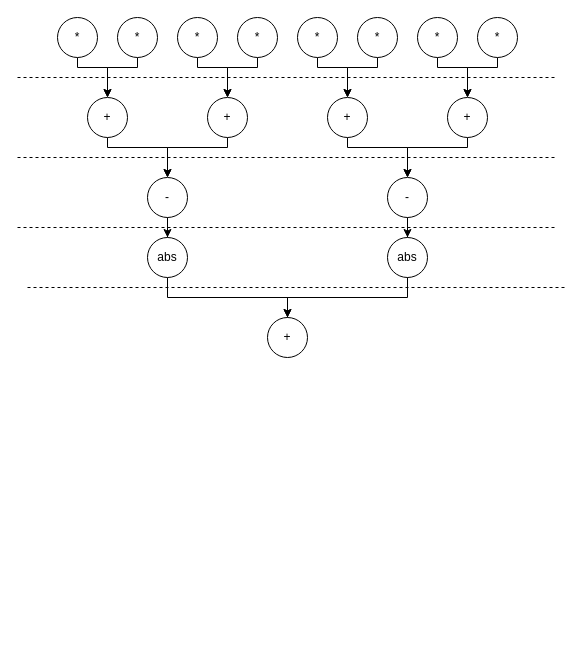
Before: operations.drawio in FranciscoPRosa/NEEC_test, a draw.io diagram. Source tidied: cells renumbered, new cells numbered last; positions are measured from the earlier drawing's top-left corner, leaving out a move shared by most shapes. Both pictures are drawn from the tidied source at 100%, with x=0, y=0 at pixel (17, 17).
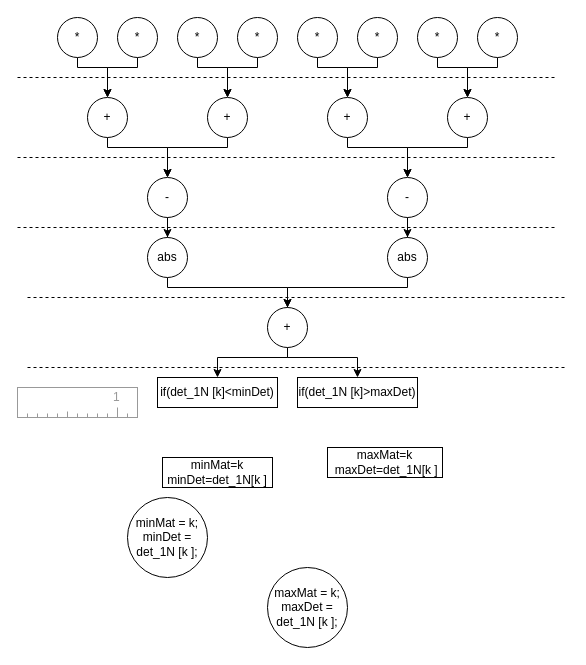
The same page after the edit.

Unchanged cells that the change refers to:
```xml
<mxCell id="34" value="abs" style="ellipse;whiteSpace=wrap;html=1;" parent="1" vertex="1">
  <mxGeometry x="130" y="220" width="40" height="40" as="geometry" />
</mxCell>
<mxCell id="36" value="abs" style="ellipse;whiteSpace=wrap;html=1;" parent="1" vertex="1">
  <mxGeometry x="370" y="220" width="40" height="40" as="geometry" />
</mxCell>
```

Diff of the diagram source:
```diff
@@
     <mxCell id="33" style="edgeStyle=orthogonalEdgeStyle;rounded=0;jettySize=auto;html=1;entryX=0.5;entryY=0;entryDx=0;entryDy=0;" parent="1" edge="1" source="34" target="39">
       <mxGeometry relative="1" as="geometry">
         <Array as="points">
-          <mxPoint x="150" y="280" />
-          <mxPoint x="270" y="280" />
+          <mxPoint x="150" y="270" />
+          <mxPoint x="270" y="270" />
         </Array>
       </mxGeometry>
     </mxCell>
@@
     <mxCell id="37" style="endArrow=none;dashed=1;html=1;rounded=0;" parent="1" edge="1">
       <mxGeometry relative="1" as="geometry">
-        <mxPoint x="10" y="270" as="sourcePoint" />
-        <mxPoint x="550" y="270" as="targetPoint" />
+        <mxPoint x="10" y="280" as="sourcePoint" />
+        <mxPoint x="550" y="280" as="targetPoint" />
       </mxGeometry>
     </mxCell>
     <mxCell id="38" style="edgeStyle=orthogonalEdgeStyle;rounded=0;jettySize=auto;html=1;" parent="1" edge="1" source="36" target="39">
       <mxGeometry relative="1" as="geometry">
         <Array as="points">
-          <mxPoint x="390" y="280" />
+          <mxPoint x="390" y="270" />
+          <mxPoint x="270" y="270" />
         </Array>
       </mxGeometry>
     </mxCell>
+    <mxCell id="40" style="edgeStyle=orthogonalEdgeStyle;rounded=0;jettySize=auto;html=1;entryX=0.5;entryY=0;entryDx=0;entryDy=0;" parent="1" edge="1" source="39">
+      <mxGeometry relative="1" as="geometry">
+        <mxPoint x="200" y="360" as="targetPoint" />
+        <Array as="points">
+          <mxPoint x="270" y="340" />
+          <mxPoint x="200" y="340" />
+        </Array>
+      </mxGeometry>
+    </mxCell>
+    <mxCell id="41" style="edgeStyle=orthogonalEdgeStyle;rounded=0;jettySize=auto;html=1;entryX=0.5;entryY=0;entryDx=0;entryDy=0;" parent="1" edge="1" source="39">
+      <mxGeometry relative="1" as="geometry">
+        <mxPoint x="340" y="360" as="targetPoint" />
+        <Array as="points">
+          <mxPoint x="270" y="340" />
+          <mxPoint x="340" y="340" />
+        </Array>
+      </mxGeometry>
+    </mxCell>
     <mxCell id="39" value="+" style="ellipse;whiteSpace=wrap;html=1;" parent="1" vertex="1">
-      <mxGeometry x="250" y="300" width="40" height="40" as="geometry" />
+      <mxGeometry x="250" y="290" width="40" height="40" as="geometry" />
     </mxCell>
+    <mxCell id="42" style="endArrow=none;dashed=1;html=1;rounded=0;" parent="1" edge="1">
+      <mxGeometry relative="1" as="geometry">
+        <mxPoint x="10" y="350" as="sourcePoint" />
+        <mxPoint x="550" y="350" as="targetPoint" />
+      </mxGeometry>
+    </mxCell>
+    <mxCell id="43" value="minMat = k; minDet = det_1N [k ];" style="ellipse;whiteSpace=wrap;html=1;" parent="1" vertex="1">
+      <mxGeometry x="110" y="480" width="80" height="80" as="geometry" />
+    </mxCell>
+    <mxCell id="44" value="maxMat = k; maxDet = det_1N [k ];" style="ellipse;whiteSpace=wrap;html=1;" parent="1" vertex="1">
+      <mxGeometry x="250" y="550" width="80" height="80" as="geometry" />
+    </mxCell>
+    <mxCell id="45" value="if(det_1N [k]&amp;lt;minDet)" style="rounded=0;whiteSpace=wrap;html=1;" parent="1" vertex="1">
+      <mxGeometry x="140" y="360" width="120" height="30" as="geometry" />
+    </mxCell>
+    <mxCell id="46" value="if(det_1N [k]&amp;gt;maxDet)" style="rounded=0;whiteSpace=wrap;html=1;" parent="1" vertex="1">
+      <mxGeometry x="280" y="360" width="120" height="30" as="geometry" />
+    </mxCell>
+    <mxCell id="47" value="1" style="strokeWidth=1;shadow=0;dashed=0;align=center;html=1;shape=mxgraph.mockup.misc.ruler2;dx=100;rulerOrient=down;unitSize=10;fontColor=#999999;spacingLeft=96;align=left;verticalAlign=middle;spacingBottom=10;spacingTop=0;spacingRight=0;spacing=0;strokeColor=#999999;" parent="1" vertex="1">
+      <mxGeometry y="370" width="120" height="30" as="geometry" />
+    </mxCell>
+    <mxCell id="48" value="&lt;div&gt;minMat=k&lt;/div&gt;&lt;div&gt;minDet=det_1N[k ]&lt;/div&gt;" style="rounded=0;whiteSpace=wrap;html=1;" parent="1" vertex="1">
+      <mxGeometry x="145" y="440" width="110" height="30" as="geometry" />
+    </mxCell>
+    <mxCell id="49" value="&lt;div&gt;maxMat=k&lt;/div&gt;&lt;div&gt;&amp;nbsp;maxDet=det_1N[k ]&lt;/div&gt;" style="rounded=0;whiteSpace=wrap;html=1;" parent="1" vertex="1">
+      <mxGeometry x="310" y="430" width="115" height="30" as="geometry" />
+    </mxCell>
```
